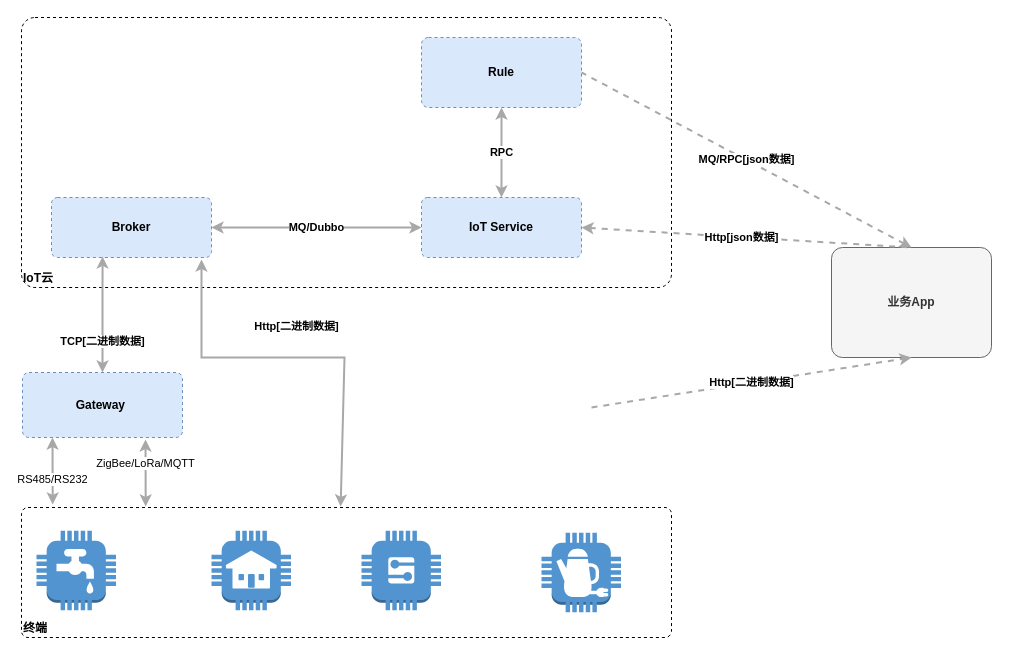
The draw.io diagram seewo/drawio/设备协议统一（专利）.drawio in yzzh9/yzzh9, before the edit. Source tidied: cells renumbered, new cells numbered last; positions are measured from the earlier drawing's top-left corner, leaving out a move shared by most shapes. Both pictures are drawn from the tidied source at 100%, with x=0, y=0 at pixel (21, 17).
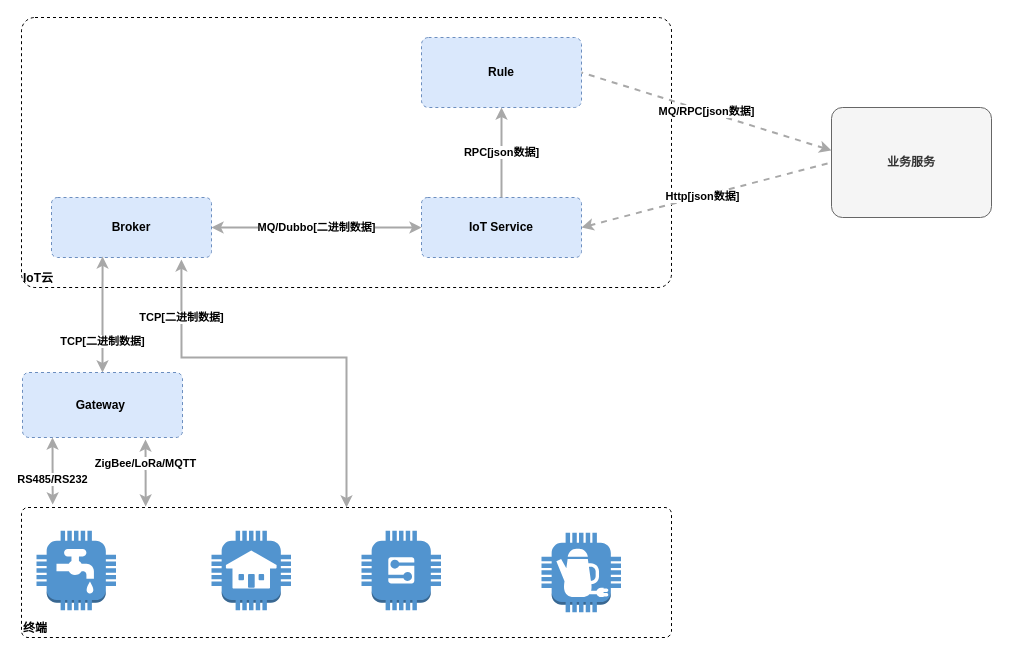
The same diagram, later.

Commit message:
更新设备协议统一（专利）.drawio

Unchanged cells that the change refers to:
```xml
<mxCell id="4" value="&lt;div style=&quot;text-align: left&quot;&gt;&lt;b style=&quot;text-align: center&quot;&gt;终端&lt;/b&gt;&lt;br&gt;&lt;/div&gt;" style="rounded=1;whiteSpace=wrap;html=1;labelBackgroundColor=none;fillColor=#ffffff;fontColor=#000000;align=left;arcSize=5;strokeColor=#000000;verticalAlign=bottom;points=[[0.25,0,0],[0.5,0,0],[0.75,0,0],[1,0.25,0],[1,0.5,0],[1,0.75,0],[0.75,1,0],[0.5,1,0],[0.25,1,0],[0,0.75,0],[0,0.5,0],[0,0.25,0]];dashed=1;" parent="1" vertex="1">
  <mxGeometry y="490" width="650" height="130" as="geometry" />
</mxCell>
<mxCell id="9" value="&lt;div style=&quot;text-align: left&quot;&gt;&lt;b style=&quot;text-align: center&quot;&gt;IoT云&lt;/b&gt;&lt;/div&gt;" style="rounded=1;whiteSpace=wrap;html=1;labelBackgroundColor=none;fillColor=#ffffff;fontColor=#000000;align=left;arcSize=5;strokeColor=#000000;verticalAlign=bottom;points=[[0.25,0,0],[0.5,0,0],[0.75,0,0],[1,0.25,0],[1,0.5,0],[1,0.75,0],[0.75,1,0],[0.5,1,0],[0.25,1,0],[0,0.75,0],[0,0.5,0],[0,0.25,0]];dashed=1;" parent="1" vertex="1">
  <mxGeometry width="650" height="270" as="geometry" />
</mxCell>
<mxCell id="10" value="&lt;b&gt;Rule&lt;br&gt;&lt;/b&gt;" style="rounded=1;whiteSpace=wrap;html=1;labelBackgroundColor=none;fillColor=#dae8fc;fontColor=#000000;align=center;arcSize=10;strokeColor=#6c8ebf;points=[[0.25,0,0],[0.5,0,0],[0.75,0,0],[1,0.25,0],[1,0.5,0],[1,0.75,0],[0.75,1,0],[0.5,1,0],[0.25,1,0],[0,0.75,0],[0,0.5,0],[0,0.25,0]];dashed=1;" parent="1" vertex="1">
  <mxGeometry x="400" y="20" width="160" height="70" as="geometry" />
</mxCell>
<mxCell id="11" value="&lt;b&gt;IoT Service&lt;/b&gt;" style="rounded=1;whiteSpace=wrap;html=1;labelBackgroundColor=none;fillColor=#dae8fc;fontColor=#000000;align=center;arcSize=10;strokeColor=#6c8ebf;points=[[0.25,0,0],[0.5,0,0],[0.75,0,0],[1,0.25,0],[1,0.5,0],[1,0.75,0],[0.75,1,0],[0.5,1,0],[0.25,1,0],[0,0.75,0],[0,0.5,0],[0,0.25,0]];dashed=1;" parent="1" vertex="1">
  <mxGeometry x="400" y="180" width="160" height="60" as="geometry" />
</mxCell>
<mxCell id="14" value="&lt;b&gt;Broker&lt;/b&gt;" style="rounded=1;whiteSpace=wrap;html=1;labelBackgroundColor=none;fillColor=#dae8fc;fontColor=#000000;align=center;arcSize=10;strokeColor=#6c8ebf;points=[[0.25,0,0],[0.5,0,0],[0.75,0,0],[1,0.25,0],[1,0.5,0],[1,0.75,0],[0.75,1,0],[0.5,1,0],[0.25,1,0],[0,0.75,0],[0,0.5,0],[0,0.25,0]];dashed=1;" parent="1" vertex="1">
  <mxGeometry x="30" y="180" width="160" height="60" as="geometry" />
</mxCell>
<mxCell id="18" value="&lt;div style=&quot;text-align: left&quot;&gt;&lt;div style=&quot;text-align: center&quot;&gt;&lt;br&gt;&lt;/div&gt;&lt;/div&gt;" style="edgeStyle=none;rounded=0;html=1;jettySize=auto;orthogonalLoop=1;strokeColor=#A8A8A8;strokeWidth=2;fontColor=#000000;jumpStyle=none;startArrow=classic;startFill=1;exitX=0.5;exitY=1;exitDx=0;exitDy=0;exitPerimeter=0;entryX=0.185;entryY=-0.023;entryDx=0;entryDy=0;entryPerimeter=0;" parent="1" edge="1">
  <mxGeometry x="-0.18" y="26" relative="1" as="geometry">
    <mxPoint x="31" y="420" as="sourcePoint" />
    <mxPoint x="31.2" y="487" as="targetPoint" />
  </mxGeometry>
</mxCell>
```

What changed in the source:
```diff
@@
-    <mxCell id="2" value="&lt;b&gt;业务App&lt;/b&gt;" style="rounded=1;whiteSpace=wrap;html=1;labelBackgroundColor=none;fontColor=#333333;align=center;arcSize=10;strokeColor=#666666;points=[[0.25,0,0],[0.5,0,0],[0.75,0,0],[1,0.25,0],[1,0.5,0],[1,0.75,0],[0.75,1,0],[0.5,1,0],[0.25,1,0],[0,0.75,0],[0,0.5,0],[0,0.25,0]];fillColor=#f5f5f5;" parent="1" vertex="1">
-      <mxGeometry x="810" y="230" width="160" height="110" as="geometry" />
+    <mxCell id="2" value="&lt;b&gt;业务服务&lt;/b&gt;" style="rounded=1;whiteSpace=wrap;html=1;labelBackgroundColor=none;fontColor=#333333;align=center;arcSize=10;strokeColor=#666666;points=[[0.25,0,0],[0.5,0,0],[0.75,0,0],[1,0.25,0],[1,0.5,0],[1,0.75,0],[0.75,1,0],[0.5,1,0],[0.25,1,0],[0,0.75,0],[0,0.5,0],[0,0.25,0]];fillColor=#f5f5f5;" parent="1" vertex="1">
+      <mxGeometry x="810" y="90" width="160" height="110" as="geometry" />
     </mxCell>
-    <mxCell id="3" value="&lt;div style=&quot;text-align: left&quot;&gt;&lt;div style=&quot;text-align: center&quot;&gt;&lt;b&gt;Http[二进制数据]&lt;/b&gt;&lt;/div&gt;&lt;/div&gt;" style="edgeStyle=none;rounded=0;html=1;entryX=0.5;entryY=1;jettySize=auto;strokeColor=#A8A8A8;strokeWidth=2;fontColor=#000000;jumpStyle=none;dashed=1;entryDx=0;entryDy=0;entryPerimeter=0;exitX=1;exitY=0.5;exitDx=0;exitDy=0;exitPerimeter=0;" parent="1" edge="1" target="2">
-      <mxGeometry relative="1" as="geometry">
-        <mxPoint x="570" y="390" as="sourcePoint" />
-      </mxGeometry>
-    </mxCell>
@@
-    <mxCell id="12" value="&lt;div style=&quot;text-align: left&quot;&gt;&lt;div style=&quot;text-align: center&quot;&gt;&lt;b&gt;RPC&lt;/b&gt;&lt;/div&gt;&lt;/div&gt;" style="edgeStyle=none;rounded=0;html=1;jettySize=auto;strokeColor=#A8A8A8;strokeWidth=2;fontColor=#000000;jumpStyle=none;exitX=0.5;exitY=1;exitDx=0;exitDy=0;exitPerimeter=0;startArrow=classic;startFill=1;" parent="1" edge="1" source="10" target="11">
+    <mxCell id="12" value="&lt;div style=&quot;text-align: left&quot;&gt;&lt;div style=&quot;text-align: center&quot;&gt;&lt;b&gt;RPC[json数据]&lt;/b&gt;&lt;/div&gt;&lt;/div&gt;" style="edgeStyle=none;rounded=0;html=1;jettySize=auto;strokeColor=#A8A8A8;strokeWidth=2;fontColor=#000000;jumpStyle=none;exitX=0.5;exitY=1;exitDx=0;exitDy=0;exitPerimeter=0;startArrow=classic;startFill=1;endArrow=none;endFill=0;" parent="1" edge="1" source="10" target="11">
       <mxGeometry relative="1" as="geometry" />
     </mxCell>
-    <mxCell id="13" value="&lt;div style=&quot;text-align: left&quot;&gt;&lt;div style=&quot;text-align: center&quot;&gt;&lt;b&gt;MQ/Dubbo&lt;/b&gt;&lt;/div&gt;&lt;/div&gt;" style="edgeStyle=none;rounded=0;html=1;jettySize=auto;strokeColor=#A8A8A8;strokeWidth=2;fontColor=#000000;jumpStyle=none;exitX=0;exitY=0.5;exitDx=0;exitDy=0;exitPerimeter=0;startArrow=classic;startFill=1;entryX=1;entryY=0.5;entryDx=0;entryDy=0;entryPerimeter=0;" parent="1" edge="1" source="11" target="14">
+    <mxCell id="13" value="&lt;div style=&quot;text-align: left&quot;&gt;&lt;div style=&quot;text-align: center&quot;&gt;&lt;b&gt;MQ/Dubbo[二进制数据]&lt;/b&gt;&lt;/div&gt;&lt;/div&gt;" style="edgeStyle=none;rounded=0;html=1;jettySize=auto;strokeColor=#A8A8A8;strokeWidth=2;fontColor=#000000;jumpStyle=none;exitX=0;exitY=0.5;exitDx=0;exitDy=0;exitPerimeter=0;startArrow=classic;startFill=1;entryX=1;entryY=0.5;entryDx=0;entryDy=0;entryPerimeter=0;" parent="1" edge="1" source="11" target="14">
       <mxGeometry relative="1" as="geometry" />
     </mxCell>
@@
-    <mxCell id="15" value="&lt;div style=&quot;text-align: left&quot;&gt;&lt;div style=&quot;text-align: center&quot;&gt;&lt;b&gt;MQ/RPC[json数据]&lt;/b&gt;&lt;/div&gt;&lt;/div&gt;" style="edgeStyle=none;rounded=0;html=1;jettySize=auto;strokeColor=#A8A8A8;strokeWidth=2;fontColor=#000000;jumpStyle=none;dashed=1;exitX=0.5;exitY=0;exitDx=0;exitDy=0;exitPerimeter=0;entryX=1;entryY=0.5;entryDx=0;entryDy=0;entryPerimeter=0;startArrow=classic;startFill=1;endArrow=none;endFill=0;" parent="1" edge="1" source="2" target="10">
+    <mxCell id="15" value="&lt;div style=&quot;text-align: left&quot;&gt;&lt;div style=&quot;text-align: center&quot;&gt;&lt;b&gt;MQ/RPC[json数据]&lt;/b&gt;&lt;/div&gt;&lt;/div&gt;" style="edgeStyle=none;rounded=0;html=1;jettySize=auto;strokeColor=#A8A8A8;strokeWidth=2;fontColor=#000000;jumpStyle=none;dashed=1;exitX=0;exitY=0.391;exitDx=0;exitDy=0;exitPerimeter=0;entryX=1;entryY=0.5;entryDx=0;entryDy=0;entryPerimeter=0;startArrow=classic;startFill=1;endArrow=none;endFill=0;" parent="1" edge="1" source="2" target="10">
       <mxGeometry relative="1" as="geometry" />
     </mxCell>
@@
-    <mxCell id="19" value="RS485/RS232" style="edgeLabel;html=1;align=center;verticalAlign=middle;" parent="18" vertex="1">
+    <mxCell id="19" value="RS485/RS232" style="edgeLabel;html=1;align=center;verticalAlign=middle;fontStyle=1;" parent="18" vertex="1">
       <mxGeometry x="-0.02" y="-1" relative="1" as="geometry">
         <mxPoint y="8" as="offset" />
       </mxGeometry>
     </mxCell>
-    <mxCell id="20" value="&lt;div style=&quot;text-align: left&quot;&gt;&lt;div style=&quot;text-align: center&quot;&gt;&lt;b&gt;Http[二进制数据]&lt;/b&gt;&lt;/div&gt;&lt;/div&gt;" style="edgeStyle=none;rounded=0;html=1;jettySize=auto;strokeColor=#A8A8A8;strokeWidth=2;fontColor=#000000;jumpStyle=none;startArrow=classic;startFill=1;endArrow=classic;endFill=1;entryX=0.491;entryY=-0.008;entryDx=0;entryDy=0;entryPerimeter=0;" parent="1" edge="1" target="4">
-      <mxGeometry x="-0.01" y="31" relative="1" as="geometry">
-        <mxPoint x="180" y="242" as="sourcePoint" />
+    <mxCell id="20" value="&lt;div style=&quot;text-align: left&quot;&gt;&lt;div style=&quot;text-align: center&quot;&gt;&lt;b&gt;TCP[二进制数据]&lt;/b&gt;&lt;/div&gt;&lt;/div&gt;" style="edgeStyle=none;rounded=0;html=1;jettySize=auto;strokeColor=#A8A8A8;strokeWidth=2;fontColor=#000000;jumpStyle=none;startArrow=classic;startFill=1;endArrow=classic;endFill=1;entryX=0.5;entryY=0;entryDx=0;entryDy=0;entryPerimeter=0;exitX=0.246;exitY=0.896;exitDx=0;exitDy=0;exitPerimeter=0;" parent="1" edge="1" source="9" target="4">
+      <mxGeometry x="-0.72" relative="1" as="geometry">
         <Array as="points">
-          <mxPoint x="180" y="340" />
-          <mxPoint x="323" y="340" />
+          <mxPoint x="160" y="340" />
+          <mxPoint x="325" y="340" />
         </Array>
       </mxGeometry>
     </mxCell>
-    <mxCell id="21" value="&lt;div style=&quot;text-align: left&quot;&gt;&lt;div style=&quot;text-align: center&quot;&gt;&lt;b&gt;Http[json数据]&lt;/b&gt;&lt;/div&gt;&lt;/div&gt;" style="edgeStyle=none;rounded=0;html=1;jettySize=auto;strokeColor=#A8A8A8;strokeWidth=2;fontColor=#000000;jumpStyle=none;startArrow=classic;startFill=1;exitX=1;exitY=0.5;exitDx=0;exitDy=0;exitPerimeter=0;endArrow=none;endFill=0;entryX=0.5;entryY=0;entryDx=0;entryDy=0;entryPerimeter=0;dashed=1;" parent="1" edge="1" source="11" target="2">
+    <mxCell id="21" value="&lt;div style=&quot;text-align: left&quot;&gt;&lt;div style=&quot;text-align: center&quot;&gt;&lt;b&gt;Http[json数据]&lt;/b&gt;&lt;/div&gt;&lt;/div&gt;" style="edgeStyle=none;rounded=0;html=1;jettySize=auto;strokeColor=#A8A8A8;strokeWidth=2;fontColor=#000000;jumpStyle=none;startArrow=classic;startFill=1;exitX=1;exitY=0.5;exitDx=0;exitDy=0;exitPerimeter=0;endArrow=none;endFill=0;entryX=0;entryY=0.5;entryDx=0;entryDy=0;entryPerimeter=0;dashed=1;" parent="1" edge="1" source="11" target="2">
       <mxGeometry x="-0.03" relative="1" as="geometry" />
     </mxCell>
-    <mxCell id="22" value="&lt;div style=&quot;text-align: left&quot;&gt;&lt;div style=&quot;text-align: center&quot;&gt;&lt;br&gt;&lt;/div&gt;&lt;/div&gt;" style="edgeStyle=none;rounded=0;html=1;jettySize=auto;orthogonalLoop=1;strokeColor=#A8A8A8;strokeWidth=2;fontColor=#000000;jumpStyle=none;startArrow=classic;startFill=1;exitX=0.5;exitY=1;exitDx=0;exitDy=0;exitPerimeter=0;entryX=0.185;entryY=-0.023;entryDx=0;entryDy=0;entryPerimeter=0;" parent="1" edge="1">
+    <mxCell id="22" value="&lt;div style=&quot;text-align: left&quot;&gt;&lt;div style=&quot;text-align: center&quot;&gt;&lt;br&gt;&lt;/div&gt;&lt;/div&gt;" style="edgeStyle=none;rounded=0;html=1;jettySize=auto;orthogonalLoop=1;strokeColor=#A8A8A8;strokeWidth=2;fontColor=#000000;jumpStyle=none;startArrow=classic;startFill=1;exitX=0.5;exitY=1;exitDx=0;exitDy=0;exitPerimeter=0;entryX=0.185;entryY=-0.023;entryDx=0;entryDy=0;entryPerimeter=0;fontStyle=1;" parent="1" edge="1">
       <mxGeometry x="-0.18" y="26" relative="1" as="geometry">
         <mxPoint x="124" y="422" as="sourcePoint" />
         <mxPoint x="124.2" y="489" as="targetPoint" />
       </mxGeometry>
     </mxCell>
-    <mxCell id="23" value="ZigBee/LoRa/MQTT" style="edgeLabel;html=1;align=center;verticalAlign=middle;" parent="22" vertex="1">
+    <mxCell id="23" value="ZigBee/LoRa/MQTT" style="edgeLabel;html=1;align=center;verticalAlign=middle;fontStyle=1;" parent="22" vertex="1">
       <mxGeometry x="-0.02" y="-1" relative="1" as="geometry">
         <mxPoint y="-10" as="offset" />
       </mxGeometry>
     </mxCell>
```
